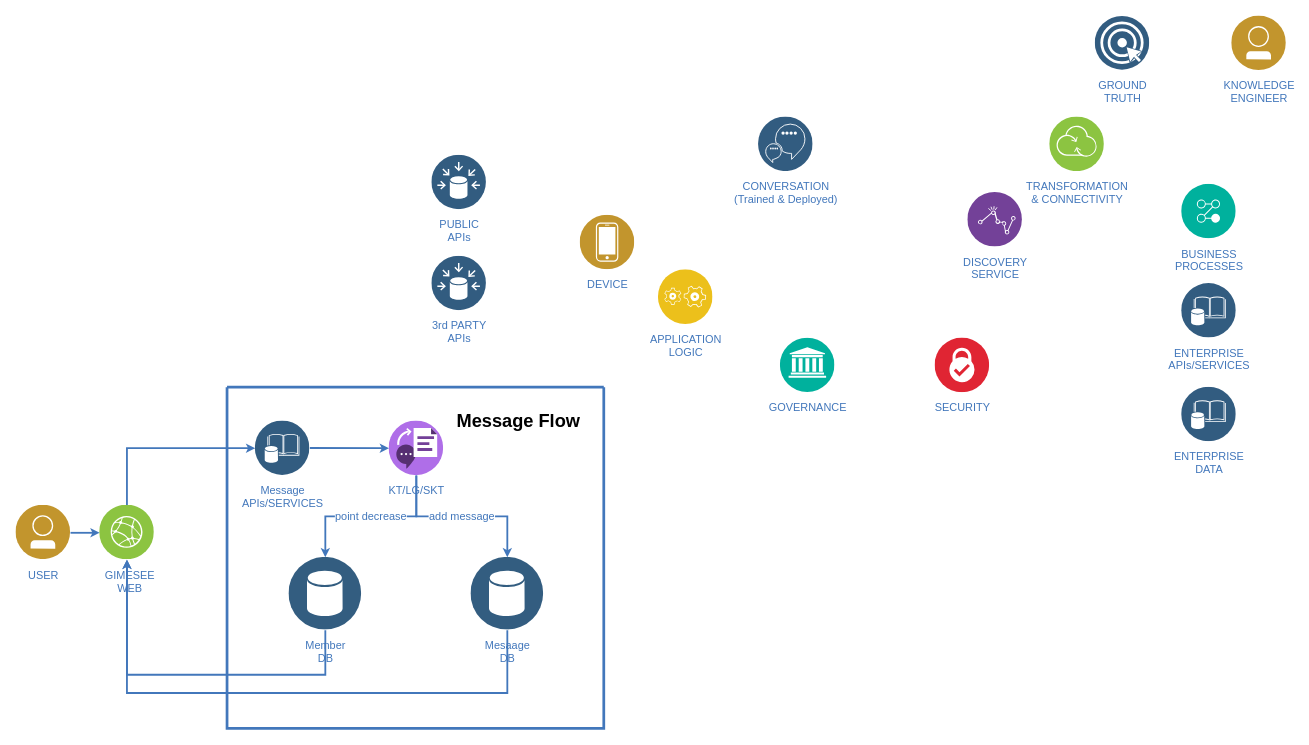
The draw.io diagram 제목 없는 다이어그램.drawio in Suno7526/FileShare, before the edit. Source tidied: cells renumbered, new cells numbered last; positions are measured from the earlier drawing's top-left corner, leaving out a move shared by most shapes. Both pictures are drawn from the tidied source at 91%, with x=0, y=0 at pixel (15, 15).
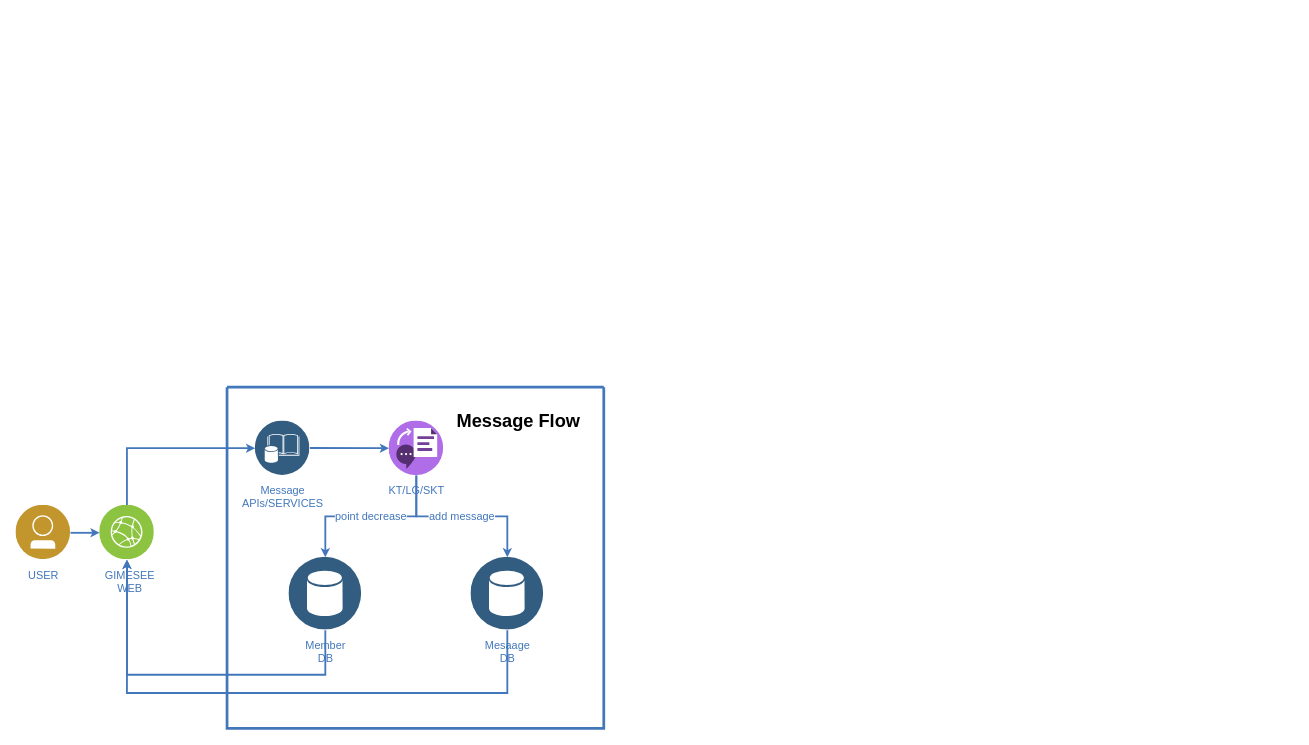
The same page after the edit.

Commit message:
제목 없는 다이어그램.drawio 업데이트

The edit, as a diff of the source:
```diff
@@
-    <mxCell id="2" value="GOVERNANCE" style="perimeter=ellipsePerimeter;html=1;align=center;shadow=0;dashed=0;image;image=img/lib/ibm/management/information_governance.svg;labelBackgroundColor=#ffffff;strokeColor=#4277BB;strokeWidth=2;fillColor=none;gradientColor=none;fontSize=12;fontColor=#4277BB;spacingTop=3;" parent="1" vertex="1">
-      <mxGeometry x="840" y="354" width="60" height="60" as="geometry" />
-    </mxCell>
-    <mxCell id="3" value="SECURITY" style="perimeter=ellipsePerimeter;html=1;align=center;shadow=0;dashed=0;image;image=img/lib/ibm/security/security_services.svg;labelBackgroundColor=#ffffff;strokeColor=#4277BB;strokeWidth=2;fillColor=none;gradientColor=none;fontSize=12;fontColor=#4277BB;spacingTop=3;" parent="1" vertex="1">
-      <mxGeometry x="1010" y="354" width="60" height="60" as="geometry" />
-    </mxCell>
-    <mxCell id="4" value="PUBLIC&lt;div&gt;APIs&lt;/div&gt;" style="perimeter=ellipsePerimeter;html=1;align=center;shadow=0;dashed=0;image;image=img/lib/ibm/data/data_sources.svg;labelBackgroundColor=#ffffff;strokeColor=#4277BB;strokeWidth=2;fillColor=none;gradientColor=none;fontSize=12;fontColor=#4277BB;spacingTop=3;" parent="1" vertex="1">
-      <mxGeometry x="457" y="153" width="60" height="60" as="geometry" />
-    </mxCell>
-    <mxCell id="5" value="3rd PARTY&lt;div&gt;APIs&lt;/div&gt;" style="perimeter=ellipsePerimeter;html=1;align=center;shadow=0;dashed=0;image;image=img/lib/ibm/data/data_sources.svg;labelBackgroundColor=#ffffff;strokeColor=#4277BB;strokeWidth=2;fillColor=none;gradientColor=none;fontSize=12;fontColor=#4277BB;spacingTop=3;" parent="1" vertex="1">
-      <mxGeometry x="457" y="264" width="60" height="60" as="geometry" />
-    </mxCell>
-    <mxCell id="6" value="DEVICE" style="perimeter=ellipsePerimeter;html=1;align=center;shadow=0;dashed=0;image;image=img/lib/ibm/users/device.svg;labelBackgroundColor=#ffffff;strokeColor=#4277BB;strokeWidth=2;fillColor=none;gradientColor=none;fontSize=12;fontColor=#4277BB;spacingTop=3;" parent="1" vertex="1">
-      <mxGeometry x="620" y="219" width="60" height="60" as="geometry" />
-    </mxCell>
-    <mxCell id="7" value="APPLICATION&lt;div&gt;LOGIC&lt;/div&gt;" style="perimeter=ellipsePerimeter;html=1;align=center;shadow=0;dashed=0;image;image=img/lib/ibm/applications/application_logic.svg;labelBackgroundColor=#ffffff;strokeColor=#4277BB;strokeWidth=2;fillColor=none;gradientColor=none;fontSize=12;fontColor=#4277BB;spacingTop=3;" parent="1" vertex="1">
-      <mxGeometry x="706" y="279" width="60" height="60" as="geometry" />
-    </mxCell>
-    <mxCell id="8" value="CONVERSATION&lt;div&gt;(Trained &amp;amp; Deployed)&lt;/div&gt;" style="perimeter=ellipsePerimeter;html=1;align=center;shadow=0;dashed=0;image;image=img/lib/ibm/data/conversation_trained_deployed.svg;labelBackgroundColor=#ffffff;strokeColor=#4277BB;strokeWidth=2;fillColor=none;gradientColor=none;fontSize=12;fontColor=#4277BB;spacingTop=3;" parent="1" vertex="1">
-      <mxGeometry x="816" y="111" width="60" height="60" as="geometry" />
-    </mxCell>
-    <mxCell id="9" value="DISCOVERY&lt;div&gt;SERVICE&lt;/div&gt;" style="perimeter=ellipsePerimeter;html=1;align=center;shadow=0;dashed=0;image;image=img/lib/ibm/analytics/analytics.svg;labelBackgroundColor=#ffffff;strokeColor=#4277BB;strokeWidth=2;fillColor=none;gradientColor=none;fontSize=12;fontColor=#4277BB;spacingTop=3;" parent="1" vertex="1">
-      <mxGeometry x="1046" y="194" width="60" height="60" as="geometry" />
-    </mxCell>
-    <mxCell id="10" value="TRANSFORMATION&lt;div&gt;&amp;amp; CONNECTIVITY&lt;/div&gt;" style="perimeter=ellipsePerimeter;html=1;align=center;shadow=0;dashed=0;image;image=img/lib/ibm/infrastructure/transformation_connectivity.svg;labelBackgroundColor=#ffffff;strokeColor=#4277BB;strokeWidth=2;fillColor=none;gradientColor=none;fontSize=12;fontColor=#4277BB;spacingTop=3;" parent="1" vertex="1">
-      <mxGeometry x="1136" y="111" width="60" height="60" as="geometry" />
-    </mxCell>
-    <mxCell id="11" value="BUSINESS&lt;div&gt;PROCESSES&lt;/div&gt;" style="perimeter=ellipsePerimeter;html=1;align=center;shadow=0;dashed=0;image;image=img/lib/ibm/management/process_management.svg;labelBackgroundColor=#ffffff;strokeColor=#4277BB;strokeWidth=2;fillColor=none;gradientColor=none;fontSize=12;fontColor=#4277BB;spacingTop=3;" parent="1" vertex="1">
-      <mxGeometry x="1281" y="185" width="60" height="60" as="geometry" />
-    </mxCell>
-    <mxCell id="12" value="ENTERPRISE&lt;div&gt;APIs/SERVICES&lt;/div&gt;" style="perimeter=ellipsePerimeter;html=1;align=center;shadow=0;dashed=0;image;image=img/lib/ibm/data/enterprise_data.svg;labelBackgroundColor=#ffffff;strokeColor=#4277BB;strokeWidth=2;fillColor=none;gradientColor=none;fontSize=12;fontColor=#4277BB;spacingTop=3;" parent="1" vertex="1">
-      <mxGeometry x="1281" y="294" width="60" height="60" as="geometry" />
-    </mxCell>
-    <mxCell id="13" value="ENTERPRISE&lt;div&gt;DATA&lt;/div&gt;" style="perimeter=ellipsePerimeter;html=1;align=center;shadow=0;dashed=0;image;image=img/lib/ibm/data/enterprise_data.svg;labelBackgroundColor=#ffffff;strokeColor=#4277BB;strokeWidth=2;fillColor=none;gradientColor=none;fontSize=12;fontColor=#4277BB;spacingTop=3;" parent="1" vertex="1">
-      <mxGeometry x="1281" y="408" width="60" height="60" as="geometry" />
-    </mxCell>
-    <mxCell id="14" value="GROUND&lt;div&gt;TRUTH&lt;/div&gt;" style="perimeter=ellipsePerimeter;html=1;align=center;shadow=0;dashed=0;image;image=img/lib/ibm/data/ground_truth.svg;labelBackgroundColor=#ffffff;strokeColor=#4277BB;strokeWidth=2;fillColor=none;gradientColor=none;fontSize=12;fontColor=#4277BB;spacingTop=3;" parent="1" vertex="1">
-      <mxGeometry x="1186" width="60" height="60" as="geometry" />
-    </mxCell>
-    <mxCell id="15" value="KNOWLEDGE&lt;div&gt;ENGINEER&lt;/div&gt;" style="perimeter=ellipsePerimeter;html=1;align=center;shadow=0;dashed=0;image;image=img/lib/ibm/users/user.svg;labelBackgroundColor=#ffffff;strokeColor=#4277BB;strokeWidth=2;fillColor=none;gradientColor=none;fontSize=12;fontColor=#4277BB;spacingTop=3;" parent="1" vertex="1">
-      <mxGeometry x="1336" width="60" height="60" as="geometry" />
-    </mxCell>
```
